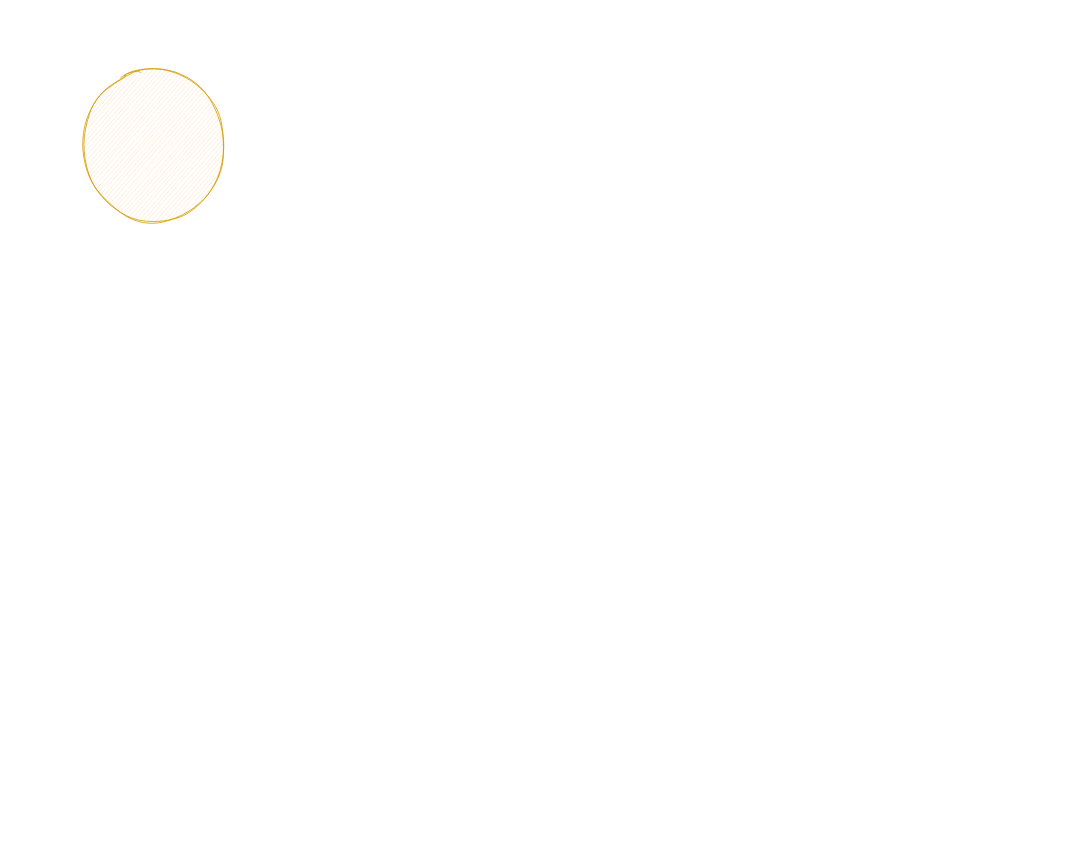
Above: netty.drawio in dimdark/my-drawio (draw.io), before the change. Source tidied: cells renumbered, new cells numbered last; positions are measured from the earlier drawing's top-left corner, leaving out a move shared by most shapes. Both pictures are drawn from the tidied source at 82%, with x=0, y=0 at pixel (80, 71).
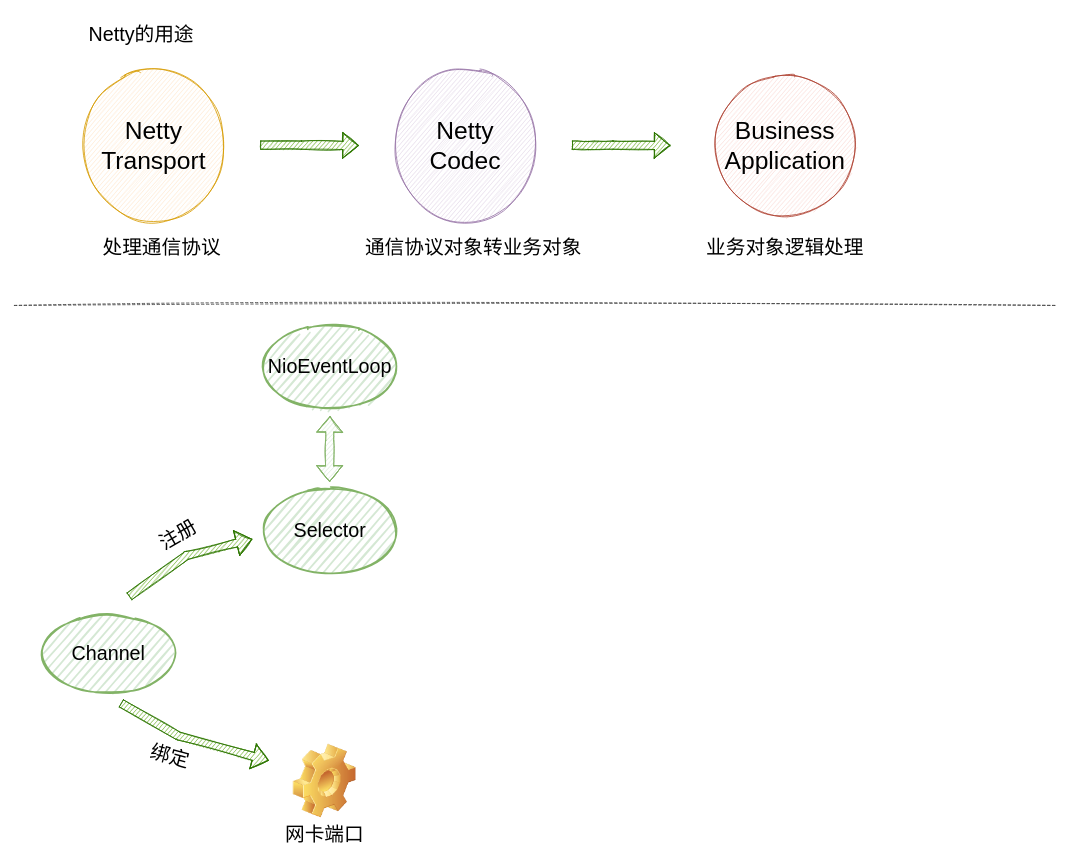
The same page after the edit.

The edit, as a diff of the source:
```diff
@@
-    <mxCell id="2" style="ellipse;whiteSpace=wrap;html=1;fillColor=#ffe6cc;strokeColor=#d79b00;sketch=1;shadow=0;" parent="1" vertex="1">
+    <mxCell id="2" value="&lt;font style=&quot;font-size: 30px;&quot;&gt;Netty Transport&lt;/font&gt;" style="ellipse;whiteSpace=wrap;html=1;fillColor=#ffe6cc;strokeColor=#d79b00;shadow=0;sketch=1;rounded=1;" parent="1" vertex="1">
       <mxGeometry width="180" height="180" as="geometry" />
     </mxCell>
+    <mxCell id="3" value="&lt;font style=&quot;font-size: 30px;&quot;&gt;Netty &lt;br&gt;Codec&lt;/font&gt;" style="ellipse;whiteSpace=wrap;html=1;fillColor=#e1d5e7;strokeColor=#9673a6;shadow=0;sketch=1;rounded=1;" parent="1" vertex="1">
+      <mxGeometry x="380" width="180" height="180" as="geometry" />
+    </mxCell>
+    <mxCell id="4" value="&lt;font style=&quot;font-size: 30px;&quot;&gt;Business&lt;br&gt;Application&lt;br&gt;&lt;/font&gt;" style="ellipse;whiteSpace=wrap;html=1;fillColor=#fad9d5;strokeColor=#ae4132;shadow=0;sketch=1;rounded=1;" parent="1" vertex="1">
+      <mxGeometry x="770" width="180" height="180" as="geometry" />
+    </mxCell>
+    <mxCell id="5" style="shape=flexArrow;endArrow=classic;html=1;rounded=1;sketch=1;fontSize=30;fillColor=#60a917;strokeColor=#2D7600;" parent="1" edge="1">
+      <mxGeometry relative="1" as="geometry">
+        <mxPoint x="220" y="89.5" as="sourcePoint" />
+        <mxPoint x="340" y="90" as="targetPoint" />
+        <Array as="points">
+          <mxPoint x="270" y="89.5" />
+        </Array>
+      </mxGeometry>
+    </mxCell>
+    <mxCell id="6" style="shape=flexArrow;endArrow=classic;html=1;rounded=1;sketch=1;fontSize=30;fillColor=#60a917;strokeColor=#2D7600;" parent="1" edge="1">
+      <mxGeometry relative="1" as="geometry">
+        <mxPoint x="600" y="89.5" as="sourcePoint" />
+        <mxPoint x="720" y="90" as="targetPoint" />
+        <Array as="points">
+          <mxPoint x="620" y="90" />
+          <mxPoint x="650" y="89.5" />
+        </Array>
+      </mxGeometry>
+    </mxCell>
+    <mxCell id="7" value="处理通信协议" style="text;html=1;strokeColor=none;fillColor=none;align=center;verticalAlign=middle;whiteSpace=wrap;rounded=0;sketch=1;fontSize=24;" parent="1" vertex="1">
+      <mxGeometry x="-30" y="190" width="260" height="50" as="geometry" />
+    </mxCell>
+    <mxCell id="8" value="通信协议对象转业务对象" style="text;html=1;strokeColor=none;fillColor=none;align=center;verticalAlign=middle;whiteSpace=wrap;rounded=0;sketch=1;fontSize=24;" parent="1" vertex="1">
+      <mxGeometry x="300" y="185" width="360" height="60" as="geometry" />
+    </mxCell>
+    <mxCell id="9" value="业务对象逻辑处理" style="text;html=1;strokeColor=none;fillColor=none;align=center;verticalAlign=middle;whiteSpace=wrap;rounded=0;sketch=1;fontSize=24;" parent="1" vertex="1">
+      <mxGeometry x="680" y="185" width="360" height="60" as="geometry" />
+    </mxCell>
+    <mxCell id="10" value="Selector" style="ellipse;whiteSpace=wrap;html=1;strokeWidth=2;fillWeight=2;hachureGap=8;fillColor=#d5e8d4;fillStyle=dots;sketch=1;rounded=1;fontSize=24;strokeColor=#82b366;" parent="1" vertex="1">
+      <mxGeometry x="220" y="510" width="170" height="100" as="geometry" />
+    </mxCell>
+    <mxCell id="11" value="Channel" style="ellipse;whiteSpace=wrap;html=1;strokeWidth=2;fillWeight=2;hachureGap=8;fillColor=#d5e8d4;fillStyle=dots;sketch=1;rounded=1;fontSize=24;strokeColor=#82b366;" parent="1" vertex="1">
+      <mxGeometry x="-50" y="660" width="170" height="100" as="geometry" />
+    </mxCell>
+    <mxCell id="12" style="shape=flexArrow;endArrow=classic;html=1;rounded=1;sketch=1;fontSize=30;fillColor=#60a917;strokeColor=#2D7600;" parent="1" edge="1">
+      <mxGeometry relative="1" as="geometry">
+        <mxPoint x="60" y="640" as="sourcePoint" />
+        <mxPoint x="210" y="570" as="targetPoint" />
+        <Array as="points">
+          <mxPoint x="130" y="590" />
+        </Array>
+      </mxGeometry>
+    </mxCell>
+    <mxCell id="13" value="注册" style="text;html=1;strokeColor=none;fillColor=none;align=center;verticalAlign=middle;whiteSpace=wrap;rounded=0;sketch=1;fontSize=24;rotation=-30;" parent="1" vertex="1">
+      <mxGeometry x="90" y="550" width="60" height="30" as="geometry" />
+    </mxCell>
+    <mxCell id="14" style="shape=flexArrow;endArrow=classic;html=1;rounded=1;sketch=1;fontSize=30;fillColor=#60a917;strokeColor=#2D7600;" parent="1" edge="1">
+      <mxGeometry relative="1" as="geometry">
+        <mxPoint x="50" y="770" as="sourcePoint" />
+        <mxPoint x="230" y="840" as="targetPoint" />
+        <Array as="points">
+          <mxPoint x="120" y="810" />
+        </Array>
+      </mxGeometry>
+    </mxCell>
+    <mxCell id="15" value="绑定" style="text;html=1;strokeColor=none;fillColor=none;align=center;verticalAlign=middle;whiteSpace=wrap;rounded=0;sketch=1;fontSize=24;rotation=15;" parent="1" vertex="1">
+      <mxGeometry x="80" y="820" width="60" height="30" as="geometry" />
+    </mxCell>
+    <mxCell id="16" value="网卡端口" style="shape=image;html=1;verticalLabelPosition=bottom;verticalAlign=top;imageAspect=1;image=img/clipart/Gear_128x128.png;rounded=1;sketch=1;fontSize=24;" parent="1" vertex="1">
+      <mxGeometry x="260" y="820" width="76.7" height="90" as="geometry" />
+    </mxCell>
+    <mxCell id="17" value="Netty的用途" style="text;html=1;strokeColor=none;fillColor=none;align=center;verticalAlign=middle;whiteSpace=wrap;rounded=0;sketch=1;fontSize=24;" parent="1" vertex="1">
+      <mxGeometry x="-10" y="-70" width="170" height="50" as="geometry" />
+    </mxCell>
+    <mxCell id="18" style="line;strokeWidth=1;html=1;rounded=1;sketch=1;fontSize=24;dashed=1;strokeColor=#404040;" parent="1" vertex="1">
+      <mxGeometry x="-80" y="280" width="1270" height="10" as="geometry" />
+    </mxCell>
+    <mxCell id="19" value="NioEventLoop" style="ellipse;whiteSpace=wrap;html=1;strokeWidth=2;fillWeight=2;hachureGap=8;fillColor=#d5e8d4;fillStyle=dots;sketch=1;rounded=1;fontSize=24;strokeColor=#82b366;" parent="1" vertex="1">
+      <mxGeometry x="220" y="310" width="170" height="100" as="geometry" />
+    </mxCell>
+    <mxCell id="20" style="shape=flexArrow;endArrow=classic;startArrow=classic;html=1;rounded=1;sketch=1;fontSize=24;fillColor=#d5e8d4;strokeColor=#82b366;" parent="1" edge="1">
+      <mxGeometry relative="1" as="geometry">
+        <mxPoint x="304.5" y="500" as="sourcePoint" />
+        <mxPoint x="305" y="420" as="targetPoint" />
+        <Array as="points">
+          <mxPoint x="304.5" y="450" />
+        </Array>
+      </mxGeometry>
+    </mxCell>
```
